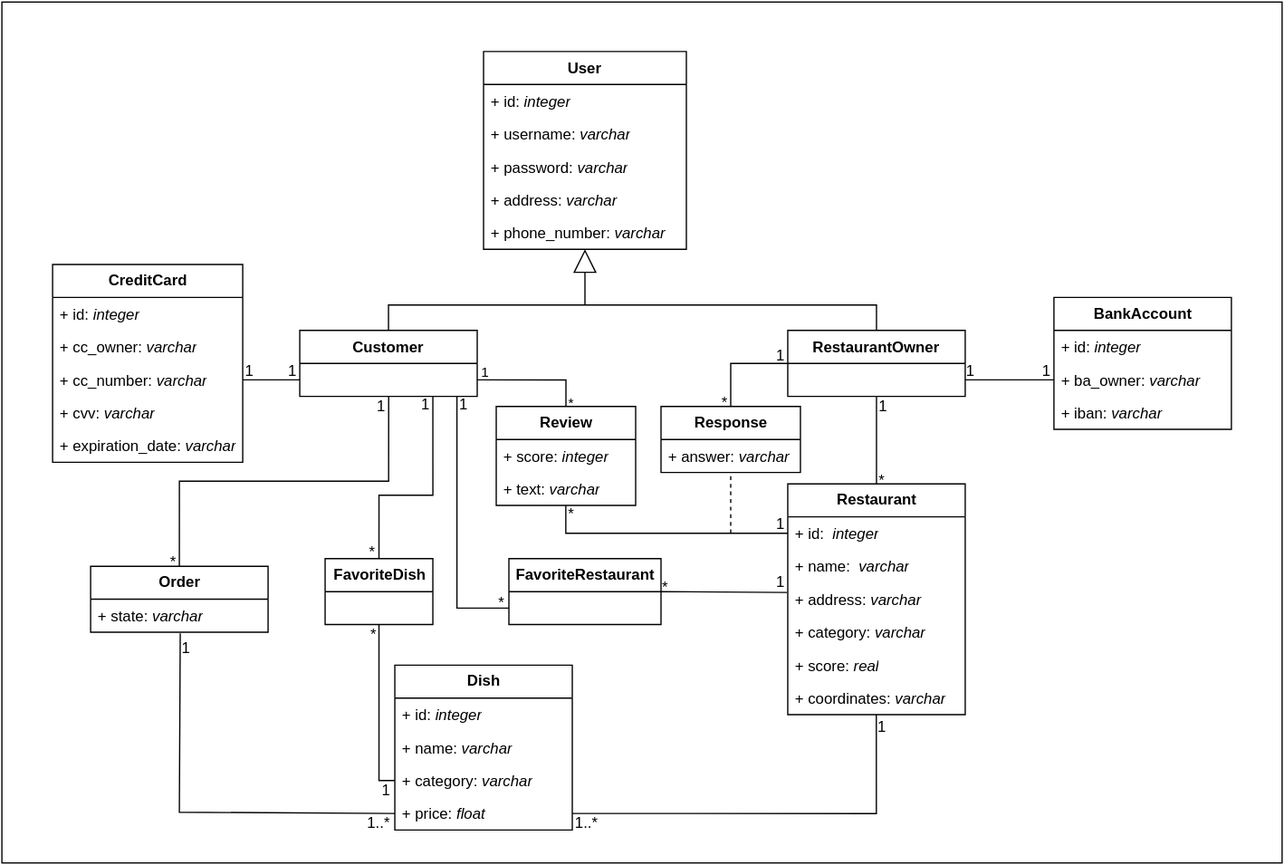
Before: docs/svg/ltw-uml.svg, a diagram exported from draw.io (pedro-ramalho/feup-ltw-proj). Source tidied: cells renumbered, new cells last; positions are measured from the earlier drawing's top-left corner, leaving out a move shared by most shapes.
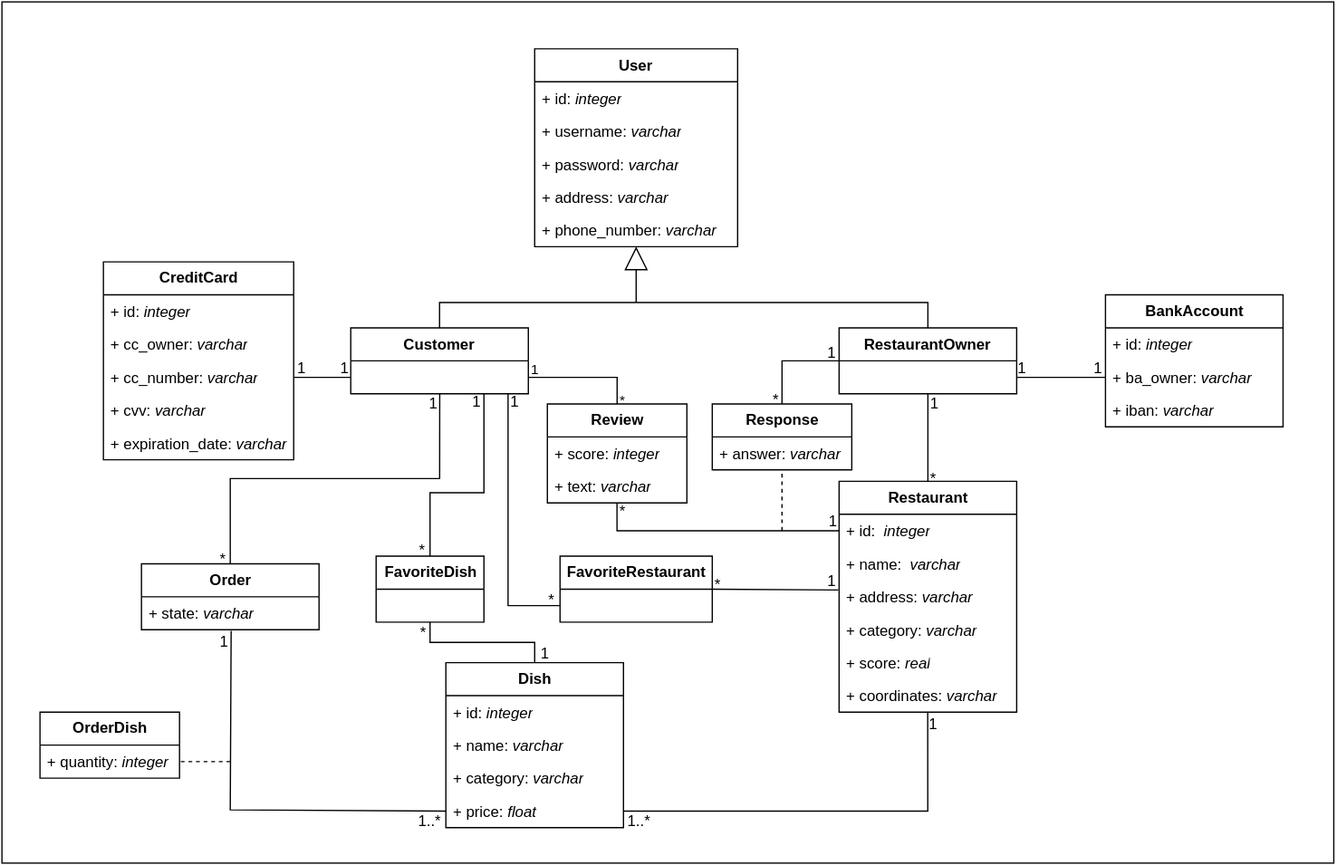
Above is the later version.

Commit message:
Modified UML, started working on DB script, updated UML svg/xml

The edit, as a diff of the source:
```diff
@@ -3,7 +3,7 @@
     <mxCell id="0" />
     <mxCell id="1" parent="0" />
     <mxCell id="2" style="rounded=0;whiteSpace=wrap;html=1;labelBackgroundColor=none;fontSize=12;" parent="1" vertex="1">
-      <mxGeometry width="1010" height="679" as="geometry" />
+      <mxGeometry x="-40" y="2" width="1050" height="679" as="geometry" />
     </mxCell>
     <mxCell id="3" value="RestaurantOwner" style="swimlane;fontStyle=1;horizontal=1;startSize=26;fillColor=none;fontSize=12;" parent="1" vertex="1">
       <mxGeometry x="620" y="259" width="140" height="52" as="geometry" />
@@ -155,7 +155,7 @@
     </mxCell>
     <mxCell id="43" value="*" style="edgeLabel;html=1;align=center;verticalAlign=middle;fontSize=12;labelBackgroundColor=none;" parent="41" vertex="1">
       <mxGeometry x="-0.74" y="1" relative="1" as="geometry">
-        <mxPoint x="-4" y="36" as="offset" />
+        <mxPoint x="-5" y="37" as="offset" />
       </mxGeometry>
     </mxCell>
     <mxCell id="44" style="endArrow=none;html=1;rounded=0;fontSize=12;entryX=0.5;entryY=0;entryDx=0;entryDy=0;edgeStyle=orthogonalEdgeStyle;exitX=0.5;exitY=1;exitDx=0;exitDy=0;" parent="1" edge="1" source="3" target="18">
@@ -180,7 +180,7 @@
     </mxCell>
     <mxCell id="48" value="1" style="edgeLabel;html=1;align=center;verticalAlign=middle;fontSize=12;labelBackgroundColor=none;" parent="47" vertex="1">
       <mxGeometry x="0.87" y="1" relative="1" as="geometry">
-        <mxPoint x="5" y="-8" as="offset" />
+        <mxPoint x="-5" y="-12" as="offset" />
       </mxGeometry>
     </mxCell>
     <mxCell id="49" value="1..*" style="edgeLabel;html=1;align=center;verticalAlign=middle;fontSize=12;labelBackgroundColor=none;" parent="47" vertex="1">
@@ -296,7 +296,7 @@
     </mxCell>
     <mxCell id="75" value="*" style="edgeLabel;html=1;align=center;verticalAlign=middle;fontSize=12;labelBackgroundColor=none;" parent="73" vertex="1">
       <mxGeometry x="-0.89" y="2" relative="1" as="geometry">
-        <mxPoint x="-4" y="4" as="offset" />
+        <mxPoint x="-5" y="6" as="offset" />
       </mxGeometry>
     </mxCell>
     <mxCell id="76" style="endArrow=none;html=1;rounded=0;labelBackgroundColor=none;fontSize=12;exitX=0;exitY=0.75;exitDx=0;exitDy=0;edgeStyle=orthogonalEdgeStyle;" parent="1" edge="1" source="72">
@@ -324,21 +324,32 @@
     </mxCell>
     <mxCell id="81" value="*" style="edgeLabel;html=1;align=center;verticalAlign=middle;fontSize=12;labelBackgroundColor=none;" parent="79" vertex="1">
       <mxGeometry x="0.84" relative="1" as="geometry">
-        <mxPoint x="-5" y="-3" as="offset" />
+        <mxPoint x="-4" y="-3" as="offset" />
       </mxGeometry>
     </mxCell>
-    <mxCell id="82" style="endArrow=none;html=1;rounded=0;labelBackgroundColor=none;fontSize=12;exitX=0.5;exitY=1;exitDx=0;exitDy=0;entryX=0;entryY=0.5;entryDx=0;entryDy=0;edgeStyle=orthogonalEdgeStyle;" parent="1" edge="1" source="71" target="33">
+    <mxCell id="82" style="endArrow=none;html=1;rounded=0;labelBackgroundColor=none;fontSize=12;exitX=0.5;exitY=1;exitDx=0;exitDy=0;edgeStyle=orthogonalEdgeStyle;entryX=0.5;entryY=0;entryDx=0;entryDy=0;" parent="1" edge="1" source="71" target="30">
       <mxGeometry relative="1" as="geometry" />
     </mxCell>
     <mxCell id="83" value="1" style="edgeLabel;html=1;align=center;verticalAlign=middle;fontSize=12;labelBackgroundColor=none;" parent="82" vertex="1">
       <mxGeometry x="0.82" y="-1" relative="1" as="geometry">
-        <mxPoint x="5" y="7" as="offset" />
+        <mxPoint x="9" y="3" as="offset" />
       </mxGeometry>
     </mxCell>
     <mxCell id="84" value="*" style="edgeLabel;html=1;align=center;verticalAlign=middle;fontSize=12;labelBackgroundColor=none;" parent="82" vertex="1">
       <mxGeometry x="-0.86" y="-1" relative="1" as="geometry">
-        <mxPoint x="-4" y="-2" as="offset" />
+        <mxPoint x="-5" as="offset" />
       </mxGeometry>
     </mxCell>
+    <mxCell id="85" value="&lt;b&gt;OrderDish&lt;/b&gt;" style="swimlane;fontStyle=0;horizontal=1;startSize=26;fillColor=none;labelBackgroundColor=none;fontSize=12;html=1;" parent="1" vertex="1">
+      <mxGeometry x="-10" y="562" width="110" height="52" as="geometry" />
+    </mxCell>
+    <mxCell id="86" value="+ quantity: &lt;i&gt;integer&lt;/i&gt;" style="text;strokeColor=none;fillColor=none;align=left;verticalAlign=top;spacingLeft=4;spacingRight=4;overflow=hidden;points=[[0,0.5],[1,0.5]];portConstraint=eastwest;labelBackgroundColor=none;fontSize=12;html=1;" parent="85" vertex="1">
+      <mxGeometry y="26" width="110" height="26" as="geometry" />
+    </mxCell>
+    <mxCell id="87" style="endArrow=none;dashed=1;html=1;rounded=0;labelBackgroundColor=none;fontSize=12;entryX=1;entryY=0.5;entryDx=0;entryDy=0;" parent="1" edge="1" target="86">
+      <mxGeometry relative="1" as="geometry">
+        <mxPoint x="140" y="601" as="sourcePoint" />
+      </mxGeometry>
+    </mxCell>
   </root>
 </mxGraphModel>
```
